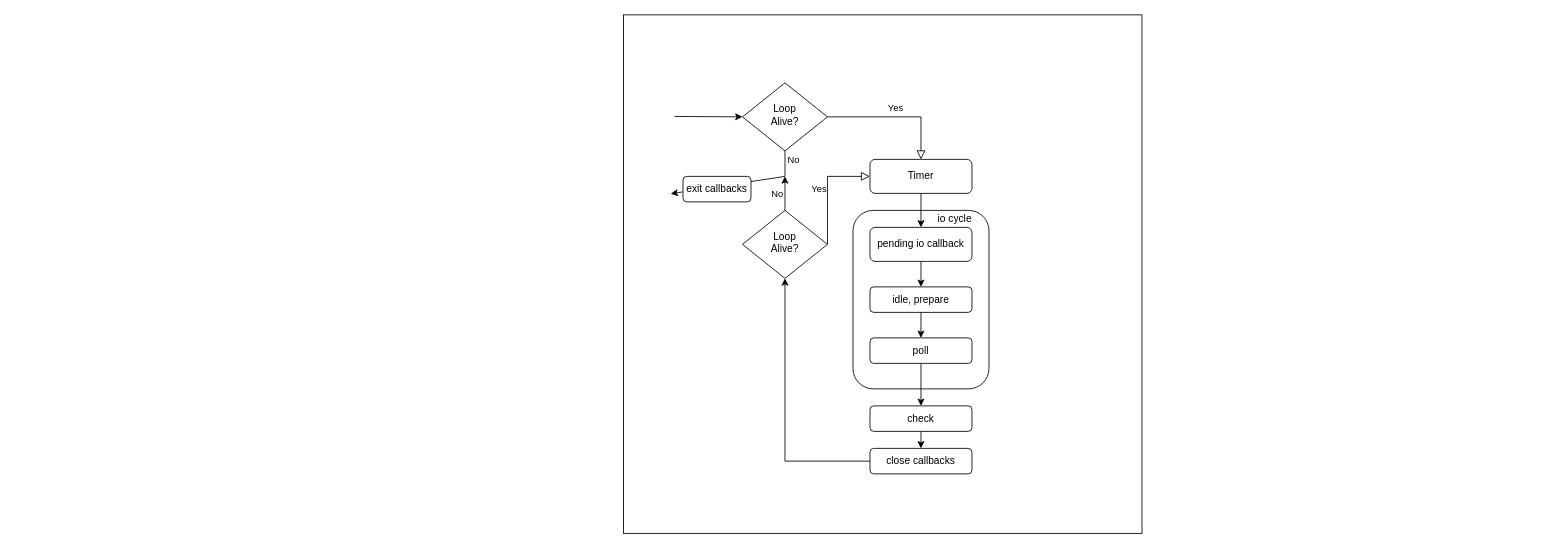
This is Untitled Diagram.drawio from tamnk74/blog, a draw.io file, before an edit. Source tidied: cells renumbered, new cells numbered last; positions are measured from the earlier drawing's top-left corner, leaving out a move shared by most shapes. Both pictures are drawn from the tidied source at 85%, with x=0, y=0 at pixel (623, 14).
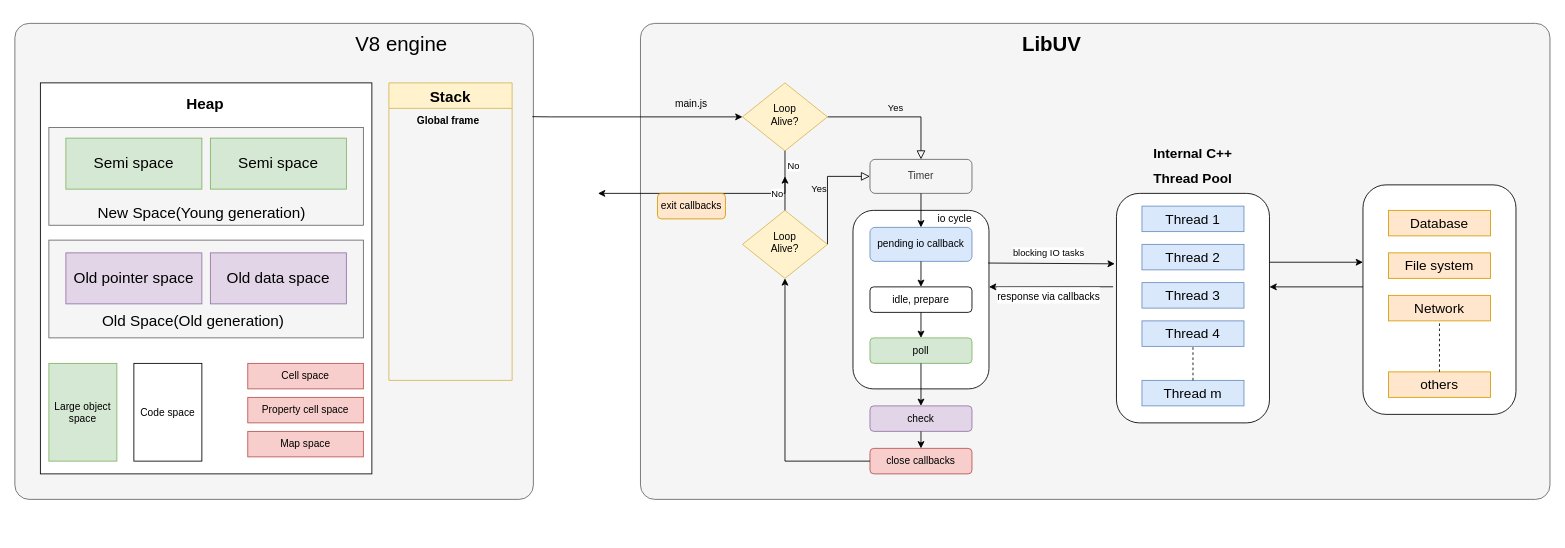
After the change.

The change refers to these unchanged cells:
```xml
<mxCell id="6" value="i" style="rounded=1;whiteSpace=wrap;html=1;" parent="1" vertex="1">
  <mxGeometry x="270" y="230" width="160" height="210" as="geometry" />
</mxCell>
```

The edit, as a diff of the source:
```diff
@@
-    <mxCell id="2" style="whiteSpace=wrap;html=1;" parent="1" vertex="1">
-      <mxGeometry width="610" height="610" as="geometry" />
-    </mxCell>
+    <mxCell id="26" value="&lt;blockquote style=&quot;margin: 0px 0px 0px 40px ; border: none ; padding: 0px ; line-height: 1.3&quot;&gt;&lt;br&gt;&lt;/blockquote&gt;" style="rounded=1;whiteSpace=wrap;html=1;fontSize=24;arcSize=3;align=center;fillColor=#f5f5f5;fontColor=#333333;strokeColor=#666666;" parent="1" vertex="1">
+      <mxGeometry x="-716" y="10" width="610" height="560" as="geometry" />
+    </mxCell>
+    <mxCell id="27" style="rounded=1;whiteSpace=wrap;html=1;fontSize=12;arcSize=3;fillColor=#f5f5f5;fontColor=#333333;strokeColor=#666666;" parent="1" vertex="1">
+      <mxGeometry x="20" y="10" width="1070" height="560" as="geometry" />
+    </mxCell>
@@
-    <mxCell id="4" value="Loop&lt;br&gt;Alive?" style="rhombus;whiteSpace=wrap;html=1;shadow=0;fontFamily=Helvetica;fontSize=12;align=center;strokeWidth=1;spacing=6;spacingTop=-4;" parent="1" vertex="1">
+    <mxCell id="4" value="Loop&lt;br&gt;Alive?" style="rhombus;whiteSpace=wrap;html=1;shadow=0;fontFamily=Helvetica;fontSize=12;align=center;strokeWidth=1;spacing=6;spacingTop=-4;fillColor=#fff2cc;strokeColor=#d6b656;" parent="1" vertex="1">
       <mxGeometry x="140" y="80" width="100" height="80" as="geometry" />
     </mxCell>
-    <mxCell id="5" value="Timer" style="rounded=1;whiteSpace=wrap;html=1;fontSize=12;glass=0;strokeWidth=1;shadow=0;" parent="1" vertex="1">
+    <mxCell id="5" value="Timer" style="rounded=1;whiteSpace=wrap;html=1;fontSize=12;glass=0;strokeWidth=1;shadow=0;fillColor=#f5f5f5;fontColor=#333333;strokeColor=#666666;" parent="1" vertex="1">
       <mxGeometry x="290" y="170" width="120" height="40" as="geometry" />
     </mxCell>
@@
-    <mxCell id="8" value="Loop&lt;br&gt;Alive?" style="rhombus;whiteSpace=wrap;html=1;shadow=0;fontFamily=Helvetica;fontSize=12;align=center;strokeWidth=1;spacing=6;spacingTop=-4;" parent="1" vertex="1">
+    <mxCell id="8" value="Loop&lt;br&gt;Alive?" style="rhombus;whiteSpace=wrap;html=1;shadow=0;fontFamily=Helvetica;fontSize=12;align=center;strokeWidth=1;spacing=6;spacingTop=-4;fillColor=#fff2cc;strokeColor=#d6b656;" parent="1" vertex="1">
       <mxGeometry x="140" y="230" width="100" height="80" as="geometry" />
     </mxCell>
-    <mxCell id="9" value="pending io callback" style="rounded=1;whiteSpace=wrap;html=1;fontSize=12;glass=0;strokeWidth=1;shadow=0;" parent="1" vertex="1">
+    <mxCell id="9" value="pending io callback" style="rounded=1;whiteSpace=wrap;html=1;fontSize=12;glass=0;strokeWidth=1;shadow=0;fillColor=#dae8fc;strokeColor=#6c8ebf;" parent="1" vertex="1">
       <mxGeometry x="290" y="250" width="120" height="40" as="geometry" />
     </mxCell>
-    <mxCell id="10" style="endArrow=classic;html=1;rounded=0;" parent="1" edge="1">
+    <mxCell id="10" style="endArrow=classic;html=1;rounded=0;exitX=0.998;exitY=0.196;exitDx=0;exitDy=0;exitPerimeter=0;entryX=0;entryY=0.5;entryDx=0;entryDy=0;" parent="1" edge="1" source="26" target="4">
       <mxGeometry relative="1" as="geometry">
-        <mxPoint x="60" y="119.5" as="sourcePoint" />
-        <mxPoint x="140" y="120" as="targetPoint" />
+        <Array as="points">
+          <mxPoint x="-86" y="120" />
+        </Array>
       </mxGeometry>
     </mxCell>
@@
-    <mxCell id="13" value="No" style="endArrow=classic;html=1;rounded=0;exitX=0.5;exitY=1;exitDx=0;exitDy=0;entryX=0.091;entryY=0.345;entryDx=0;entryDy=0;entryPerimeter=0;" parent="1" edge="1" source="4" target="2">
+    <mxCell id="13" value="No" style="endArrow=classic;html=1;rounded=0;exitX=0.5;exitY=1;exitDx=0;exitDy=0;" parent="1" edge="1" source="4">
       <mxGeometry x="-0.87" y="10" relative="1" as="geometry">
+        <mxPoint x="-30" y="210" as="targetPoint" />
         <Array as="points">
-          <mxPoint x="190" y="190" />
+          <mxPoint x="190" y="210" />
         </Array>
       </mxGeometry>
     </mxCell>
@@
-    <mxCell id="17" value="poll" style="rounded=1;whiteSpace=wrap;html=1;fontSize=12;glass=0;strokeWidth=1;shadow=0;" parent="1" vertex="1">
+    <mxCell id="17" value="poll" style="rounded=1;whiteSpace=wrap;html=1;fontSize=12;glass=0;strokeWidth=1;shadow=0;fillColor=#d5e8d4;strokeColor=#82b366;" parent="1" vertex="1">
       <mxGeometry x="290" y="380" width="120" height="30" as="geometry" />
     </mxCell>
@@
-    <mxCell id="20" value="exit callbacks" style="rounded=1;whiteSpace=wrap;html=1;fontSize=12;glass=0;strokeWidth=1;shadow=0;" parent="1" vertex="1">
-      <mxGeometry x="70" y="190" width="80" height="30" as="geometry" />
+    <mxCell id="20" value="exit callbacks" style="rounded=1;whiteSpace=wrap;html=1;fontSize=12;glass=0;strokeWidth=1;shadow=0;fillColor=#ffe6cc;strokeColor=#d79b00;" parent="1" vertex="1">
+      <mxGeometry x="40" y="210" width="80" height="30" as="geometry" />
     </mxCell>
-    <mxCell id="21" value="check" style="rounded=1;whiteSpace=wrap;html=1;fontSize=12;glass=0;strokeWidth=1;shadow=0;" parent="1" vertex="1">
+    <mxCell id="21" value="check" style="rounded=1;whiteSpace=wrap;html=1;fontSize=12;glass=0;strokeWidth=1;shadow=0;fillColor=#e1d5e7;strokeColor=#9673a6;" parent="1" vertex="1">
       <mxGeometry x="290" y="460" width="120" height="30" as="geometry" />
     </mxCell>
@@
-    <mxCell id="23" value="close callbacks" style="rounded=1;whiteSpace=wrap;html=1;fontSize=12;glass=0;strokeWidth=1;shadow=0;" parent="1" vertex="1">
+    <mxCell id="23" value="close callbacks" style="rounded=1;whiteSpace=wrap;html=1;fontSize=12;glass=0;strokeWidth=1;shadow=0;fillColor=#f8cecc;strokeColor=#b85450;" parent="1" vertex="1">
       <mxGeometry x="290" y="510" width="120" height="30" as="geometry" />
     </mxCell>
@@
+    <mxCell id="28" value="main.js" style="text;html=1;strokeColor=none;fillColor=none;align=center;verticalAlign=middle;whiteSpace=wrap;rounded=0;" parent="1" vertex="1">
+      <mxGeometry x="50" y="90" width="60" height="30" as="geometry" />
+    </mxCell>
+    <mxCell id="29" value="&lt;b&gt;&lt;font style=&quot;font-size: 24px&quot;&gt;LibUV&lt;/font&gt;&lt;/b&gt;" style="text;html=1;strokeColor=none;fillColor=none;align=center;verticalAlign=middle;whiteSpace=wrap;rounded=0;" parent="1" vertex="1">
+      <mxGeometry x="474" y="20" width="60" height="30" as="geometry" />
+    </mxCell>
+    <mxCell id="30" style="rounded=1;whiteSpace=wrap;html=1;fontSize=24;" parent="1" vertex="1">
+      <mxGeometry x="580" y="210" width="180" height="270" as="geometry" />
+    </mxCell>
+    <mxCell id="31" value="&lt;font style=&quot;font-size: 16px&quot;&gt;&lt;b style=&quot;line-height: 0.5&quot;&gt;Internal C++ &lt;br&gt;Thread Pool&lt;/b&gt;&lt;/font&gt;" style="text;html=1;strokeColor=none;fillColor=none;align=center;verticalAlign=middle;whiteSpace=wrap;rounded=0;fontSize=24;" parent="1" vertex="1">
+      <mxGeometry x="590" y="150" width="160" height="50" as="geometry" />
+    </mxCell>
+    <mxCell id="32" value="Thread 1" style="rounded=0;whiteSpace=wrap;html=1;fontSize=16;fillColor=#dae8fc;strokeColor=#6c8ebf;" parent="1" vertex="1">
+      <mxGeometry x="610" y="225" width="120" height="30" as="geometry" />
+    </mxCell>
+    <mxCell id="33" value="Thread 2" style="rounded=0;whiteSpace=wrap;html=1;fontSize=16;fillColor=#dae8fc;strokeColor=#6c8ebf;" parent="1" vertex="1">
+      <mxGeometry x="610" y="270" width="120" height="30" as="geometry" />
+    </mxCell>
+    <mxCell id="34" value="Thread 3" style="rounded=0;whiteSpace=wrap;html=1;fontSize=16;fillColor=#dae8fc;strokeColor=#6c8ebf;" parent="1" vertex="1">
+      <mxGeometry x="610" y="315" width="120" height="30" as="geometry" />
+    </mxCell>
+    <mxCell id="35" value="Thread 4" style="rounded=0;whiteSpace=wrap;html=1;fontSize=16;fillColor=#dae8fc;strokeColor=#6c8ebf;" parent="1" vertex="1">
+      <mxGeometry x="610" y="360" width="120" height="30" as="geometry" />
+    </mxCell>
+    <mxCell id="36" value="Thread m" style="rounded=0;whiteSpace=wrap;html=1;fontSize=16;fillColor=#dae8fc;strokeColor=#6c8ebf;" parent="1" vertex="1">
+      <mxGeometry x="610" y="430" width="120" height="30" as="geometry" />
+    </mxCell>
+    <mxCell id="37" style="endArrow=none;dashed=1;html=1;rounded=0;fontSize=16;exitX=0.5;exitY=0;exitDx=0;exitDy=0;entryX=0.5;entryY=1;entryDx=0;entryDy=0;" parent="1" edge="1" source="36" target="35">
+      <mxGeometry relative="1" as="geometry" />
+    </mxCell>
+    <mxCell id="38" value="blocking IO tasks" style="endArrow=classic;html=1;rounded=0;exitX=0.994;exitY=0.295;exitDx=0;exitDy=0;exitPerimeter=0;entryX=-0.011;entryY=0.307;entryDx=0;entryDy=0;entryPerimeter=0;" parent="1" edge="1" source="6" target="30">
+      <mxGeometry x="-0.05" y="12" relative="1" as="geometry" />
+    </mxCell>
+    <mxCell id="39" value="&lt;font style=&quot;font-size: 12px&quot;&gt;response via callbacks&lt;/font&gt;" style="endArrow=classic;html=1;rounded=0;fontSize=16;exitX=-0.022;exitY=0.407;exitDx=0;exitDy=0;exitPerimeter=0;" parent="1" edge="1" source="30">
+      <mxGeometry x="0.04" y="10" relative="1" as="geometry">
+        <mxPoint x="430" y="320" as="targetPoint" />
+      </mxGeometry>
+    </mxCell>
+    <mxCell id="40" style="rounded=1;whiteSpace=wrap;html=1;fontSize=24;" parent="1" vertex="1">
+      <mxGeometry x="870" y="200" width="180" height="270" as="geometry" />
+    </mxCell>
+    <mxCell id="41" value="Database" style="rounded=0;whiteSpace=wrap;html=1;fontSize=16;fillColor=#ffe6cc;strokeColor=#d79b00;" parent="1" vertex="1">
+      <mxGeometry x="900" y="230" width="120" height="30" as="geometry" />
+    </mxCell>
+    <mxCell id="42" style="endArrow=classic;html=1;rounded=0;" parent="1" edge="1">
+      <mxGeometry x="-0.05" y="12" relative="1" as="geometry">
+        <mxPoint x="760" y="291" as="sourcePoint" />
+        <mxPoint x="870" y="291" as="targetPoint" />
+      </mxGeometry>
+    </mxCell>
+    <mxCell id="43" style="endArrow=classic;html=1;rounded=0;fontSize=16;" parent="1" edge="1">
+      <mxGeometry x="0.04" y="10" relative="1" as="geometry">
+        <mxPoint x="870" y="320" as="sourcePoint" />
+        <mxPoint x="760" y="320" as="targetPoint" />
+      </mxGeometry>
+    </mxCell>
+    <mxCell id="44" value="File system" style="rounded=0;whiteSpace=wrap;html=1;fontSize=16;fillColor=#ffe6cc;strokeColor=#d79b00;" parent="1" vertex="1">
+      <mxGeometry x="900" y="280" width="120" height="30" as="geometry" />
+    </mxCell>
+    <mxCell id="45" value="Network" style="rounded=0;whiteSpace=wrap;html=1;fontSize=16;fillColor=#ffe6cc;strokeColor=#d79b00;" parent="1" vertex="1">
+      <mxGeometry x="900" y="330" width="120" height="30" as="geometry" />
+    </mxCell>
+    <mxCell id="46" value="others" style="rounded=0;whiteSpace=wrap;html=1;fontSize=16;fillColor=#ffe6cc;strokeColor=#d79b00;" parent="1" vertex="1">
+      <mxGeometry x="900" y="420" width="120" height="30" as="geometry" />
+    </mxCell>
+    <mxCell id="47" style="endArrow=none;dashed=1;html=1;rounded=0;fontSize=16;entryX=0.5;entryY=1;entryDx=0;entryDy=0;exitX=0.5;exitY=0;exitDx=0;exitDy=0;" parent="1" edge="1" source="46" target="45">
+      <mxGeometry relative="1" as="geometry">
+        <Array as="points">
+          <mxPoint x="960" y="390" />
+        </Array>
+      </mxGeometry>
+    </mxCell>
+    <mxCell id="48" value="Stack" style="swimlane;fontStyle=1;horizontal=1;startSize=30;fontSize=18;flipH=1;fillColor=#fff2cc;strokeColor=#d6b656;" parent="1" vertex="1">
+      <mxGeometry x="-276" y="80" width="145" height="350" as="geometry" />
+    </mxCell>
+    <mxCell id="49" style="rounded=0;whiteSpace=wrap;html=1;fontSize=12;" parent="1" vertex="1">
+      <mxGeometry x="-686" y="80" width="390" height="460" as="geometry" />
+    </mxCell>
+    <mxCell id="50" value="V8 engine" style="text;html=1;strokeColor=none;fillColor=none;align=center;verticalAlign=middle;whiteSpace=wrap;rounded=0;fontSize=24;" parent="1" vertex="1">
+      <mxGeometry x="-346" y="20" width="170" height="30" as="geometry" />
+    </mxCell>
+    <mxCell id="51" value="Global frame" style="text;html=1;strokeColor=none;fillColor=none;align=center;verticalAlign=middle;whiteSpace=wrap;rounded=0;fontSize=12;fontStyle=1;" parent="1" vertex="1">
+      <mxGeometry x="-246" y="110" width="80" height="30" as="geometry" />
+    </mxCell>
+    <mxCell id="52" style="rounded=0;whiteSpace=wrap;html=1;fontSize=12;fillColor=#f5f5f5;fontColor=#333333;strokeColor=#666666;" parent="1" vertex="1">
+      <mxGeometry x="-676" y="132.5" width="370" height="115" as="geometry" />
+    </mxCell>
+    <mxCell id="53" style="rounded=0;whiteSpace=wrap;html=1;fontSize=12;fillColor=#f5f5f5;fontColor=#333333;strokeColor=#666666;" parent="1" vertex="1">
+      <mxGeometry x="-676" y="265" width="370" height="115" as="geometry" />
+    </mxCell>
+    <mxCell id="54" value="Large object space" style="rounded=0;whiteSpace=wrap;html=1;fontSize=12;fillColor=#d5e8d4;strokeColor=#82b366;" parent="1" vertex="1">
+      <mxGeometry x="-676" y="410" width="80" height="115" as="geometry" />
+    </mxCell>
+    <mxCell id="55" value="&lt;b&gt;&lt;font style=&quot;font-size: 18px&quot;&gt;Heap&lt;/font&gt;&lt;/b&gt;" style="text;html=1;strokeColor=none;fillColor=none;align=center;verticalAlign=middle;whiteSpace=wrap;rounded=0;fontSize=12;" parent="1" vertex="1">
+      <mxGeometry x="-522" y="90" width="60" height="30" as="geometry" />
+    </mxCell>
+    <mxCell id="56" value="Code space" style="rounded=0;whiteSpace=wrap;html=1;fontSize=12;" parent="1" vertex="1">
+      <mxGeometry x="-576" y="410" width="80" height="115" as="geometry" />
+    </mxCell>
+    <mxCell id="57" value="Cell space" style="rounded=0;whiteSpace=wrap;html=1;fontSize=12;fillColor=#f8cecc;strokeColor=#b85450;" parent="1" vertex="1">
+      <mxGeometry x="-442" y="410" width="136" height="30" as="geometry" />
+    </mxCell>
+    <mxCell id="58" value="Property cell space" style="rounded=0;whiteSpace=wrap;html=1;fontSize=12;fillColor=#f8cecc;strokeColor=#b85450;" parent="1" vertex="1">
+      <mxGeometry x="-442" y="450" width="136" height="30" as="geometry" />
+    </mxCell>
+    <mxCell id="59" value="Map space" style="rounded=0;whiteSpace=wrap;html=1;fontSize=12;fillColor=#f8cecc;strokeColor=#b85450;" parent="1" vertex="1">
+      <mxGeometry x="-442" y="490" width="136" height="30" as="geometry" />
+    </mxCell>
+    <mxCell id="60" value="Semi space" style="rounded=0;whiteSpace=wrap;html=1;fontSize=18;fillColor=#d5e8d4;strokeColor=#82b366;" parent="1" vertex="1">
+      <mxGeometry x="-656" y="145" width="160" height="60" as="geometry" />
+    </mxCell>
+    <mxCell id="61" value="Semi space" style="rounded=0;whiteSpace=wrap;html=1;fontSize=18;fillColor=#d5e8d4;strokeColor=#82b366;" parent="1" vertex="1">
+      <mxGeometry x="-486" y="145" width="160" height="60" as="geometry" />
+    </mxCell>
+    <mxCell id="62" value="New Space(Young generation)" style="text;html=1;strokeColor=none;fillColor=none;align=center;verticalAlign=middle;whiteSpace=wrap;rounded=0;fontSize=18;" parent="1" vertex="1">
+      <mxGeometry x="-626" y="217.5" width="260" height="30" as="geometry" />
+    </mxCell>
+    <mxCell id="63" value="Old Space(Old generation)" style="text;html=1;strokeColor=none;fillColor=none;align=center;verticalAlign=middle;whiteSpace=wrap;rounded=0;fontSize=18;" parent="1" vertex="1">
+      <mxGeometry x="-636" y="345" width="260" height="30" as="geometry" />
+    </mxCell>
+    <mxCell id="64" value="Old pointer space" style="rounded=0;whiteSpace=wrap;html=1;fontSize=18;fillColor=#e1d5e7;strokeColor=#9673a6;" parent="1" vertex="1">
+      <mxGeometry x="-656" y="280" width="160" height="60" as="geometry" />
+    </mxCell>
+    <mxCell id="65" value="Old data space" style="rounded=0;whiteSpace=wrap;html=1;fontSize=18;fillColor=#e1d5e7;strokeColor=#9673a6;" parent="1" vertex="1">
+      <mxGeometry x="-486" y="280" width="160" height="60" as="geometry" />
+    </mxCell>
```
